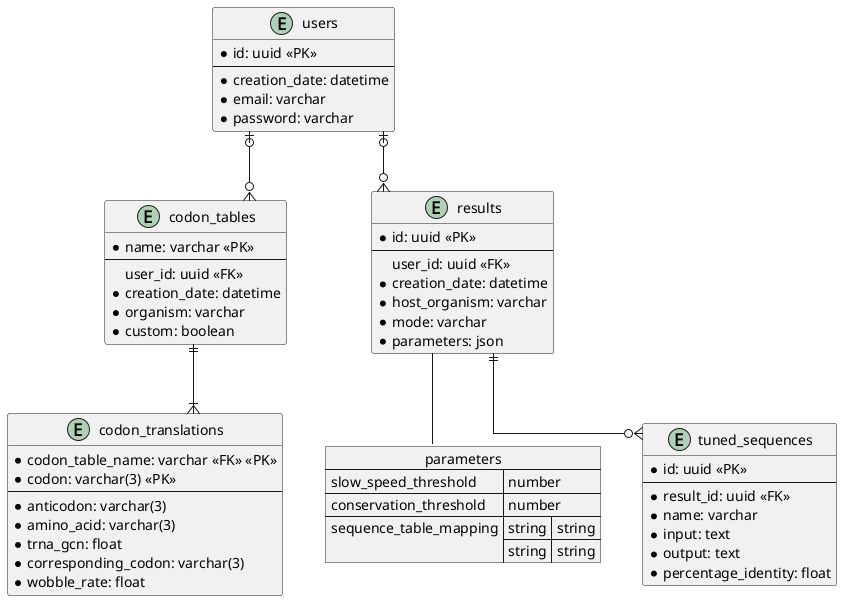
Above: db_schema.png in tbonnabaud/expressinhost_web (PlantUML), before the change.
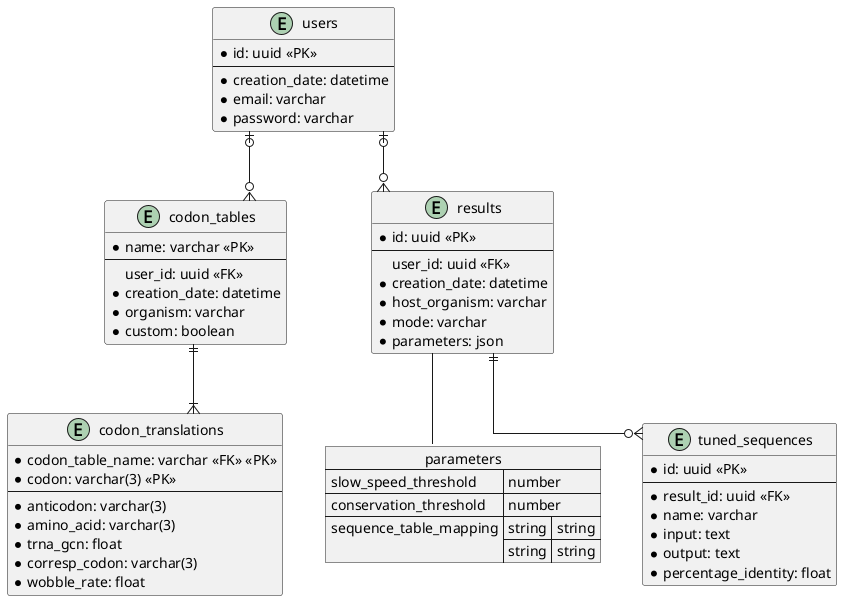
After the change.

Commit message:
Rename corresponding_codon to corresp_codon

Diff of the diagram source:
```diff
@@ -25,7 +25,7 @@
     * anticodon: varchar(3)
     * amino_acid: varchar(3)
     * trna_gcn: float
-    * corresponding_codon: varchar(3)
+    * corresp_codon: varchar(3)
     * wobble_rate: float
 }
 
```
